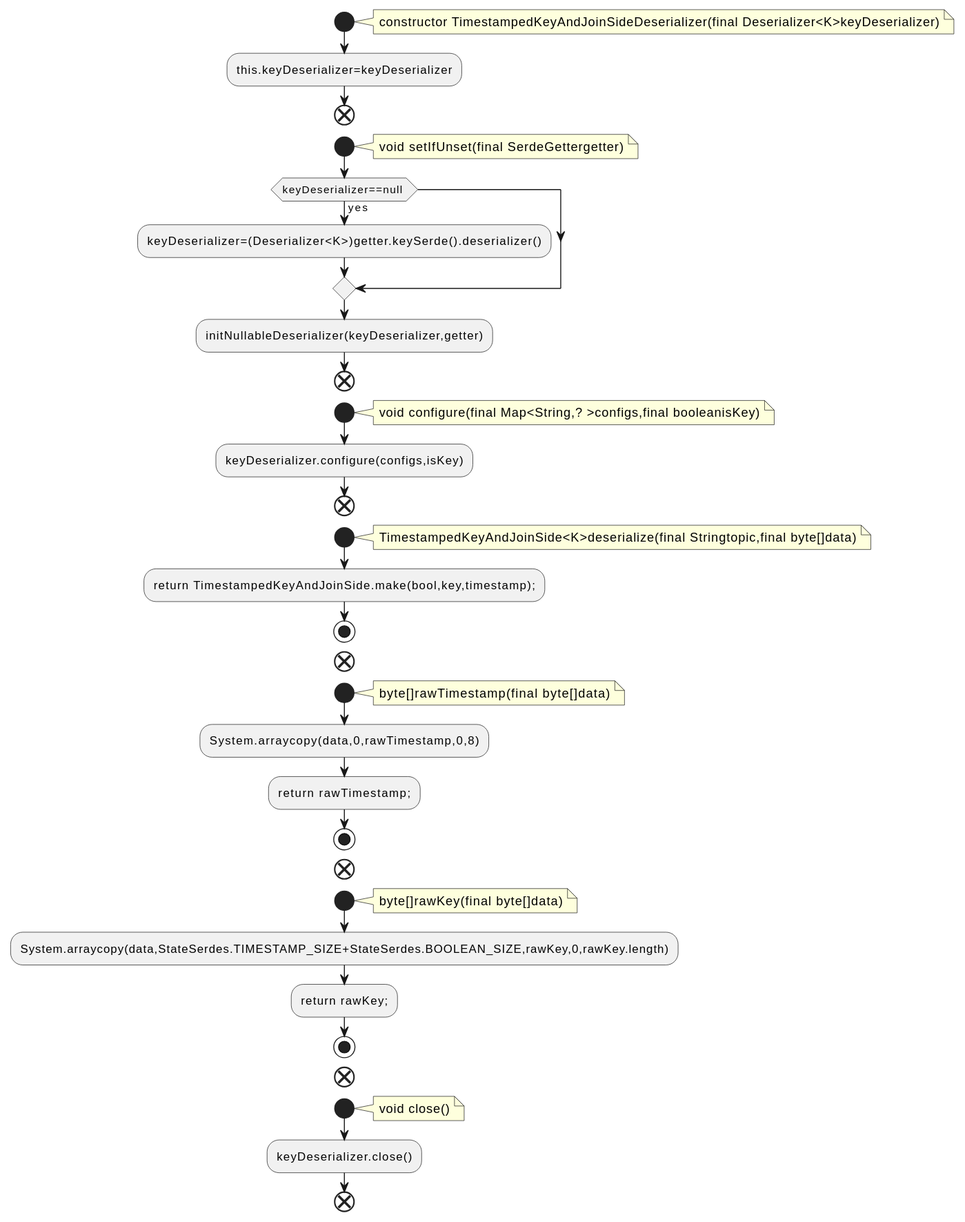
Before: docs/qc/streams/src/main/java/org/apache/kafka/streams/state/internals/TimestampedKeyAndJoinSideDeserializer.java.fct.svg, a diagram exported from PlantUML (qualitesys/kafka).
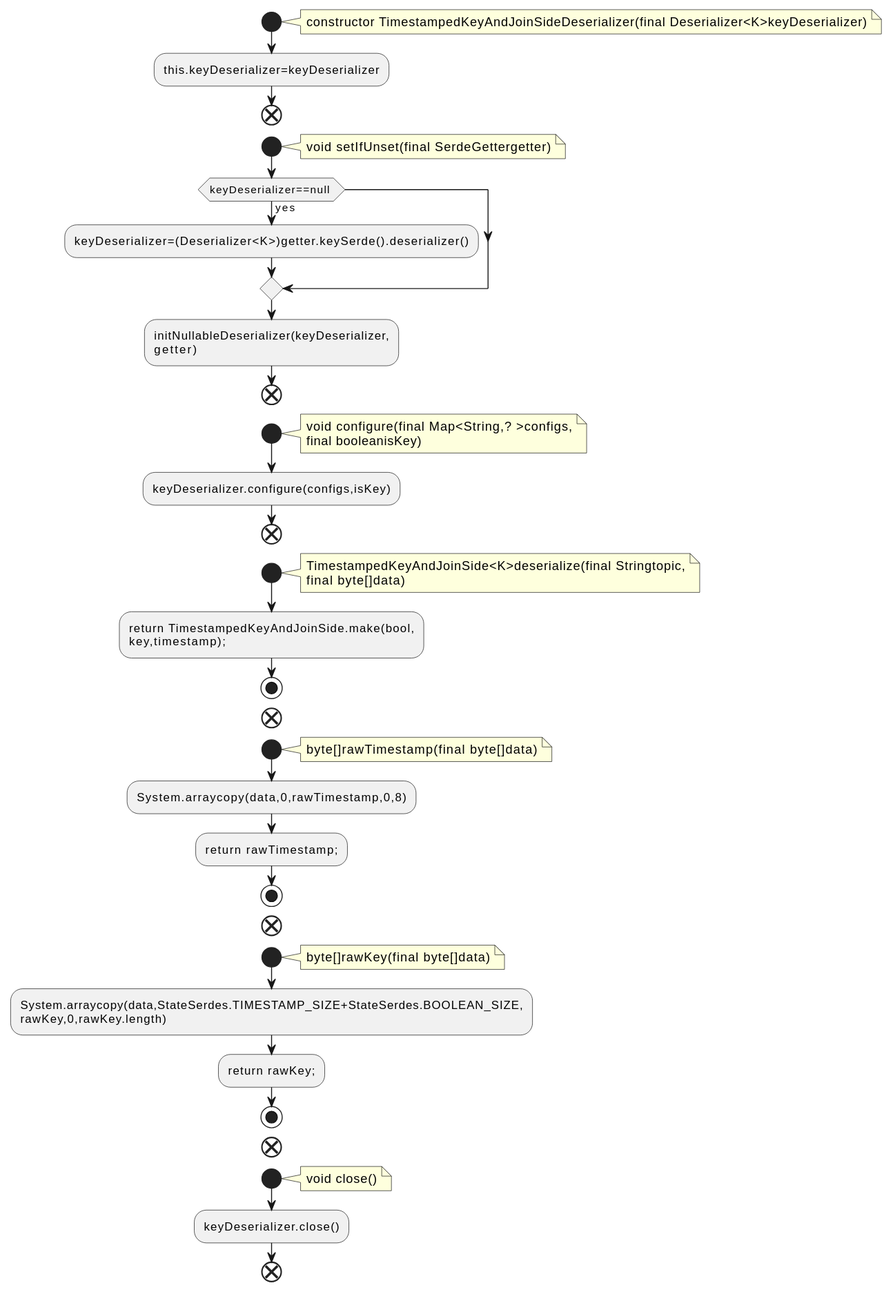
The same diagram one commit later.

The edit, as a diff of the source:
```diff
@@ -13,19 +13,23 @@
 if (keyDeserializer==null ) then (yes)
 :keyDeserializer=(Deserializer<K>)getter.keySerde().deserializer();
 endif
-:initNullableDeserializer(keyDeserializer,getter);
+:initNullableDeserializer(keyDeserializer,
+getter);
 end
 start
 note right
-void configure(final Map<String,? >configs,final booleanisKey)
+void configure(final Map<String,? >configs,
+final booleanisKey)
 end note
 :keyDeserializer.configure(configs,isKey);
 end
 start
 note right
-TimestampedKeyAndJoinSide<K>deserialize(final Stringtopic,final byte[]data)
+TimestampedKeyAndJoinSide<K>deserialize(final Stringtopic,
+final byte[]data)
 end note
-:return TimestampedKeyAndJoinSide.make(bool,key,timestamp);;
+:return TimestampedKeyAndJoinSide.make(bool,
+key,timestamp);;
 stop
 end
 start
@@ -40,7 +44,8 @@
 note right
 byte[]rawKey(final byte[]data)
 end note
-:System.arraycopy(data,StateSerdes.TIMESTAMP_SIZE+StateSerdes.BOOLEAN_SIZE,rawKey,0,rawKey.length);
+:System.arraycopy(data,StateSerdes.TIMESTAMP_SIZE+StateSerdes.BOOLEAN_SIZE,
+rawKey,0,rawKey.length);
 :return rawKey;;
 stop
 end
```
